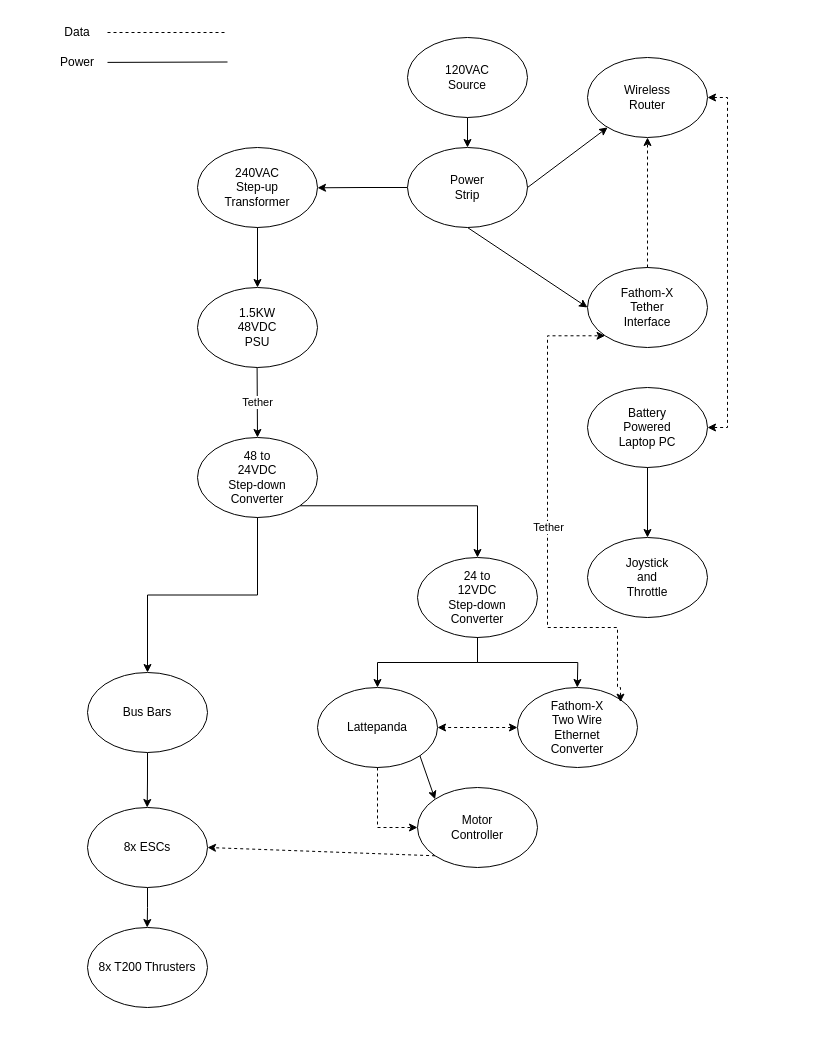
The draw.io diagram Untitled Diagram.drawio in markt006/MATEROVSIDS, before the edit. Source tidied: cells renumbered, new cells numbered last; positions are measured from the earlier drawing's top-left corner, leaving out a move shared by most shapes. Both pictures are drawn from the tidied source at 100%, with x=0, y=0 at pixel (47, 17).
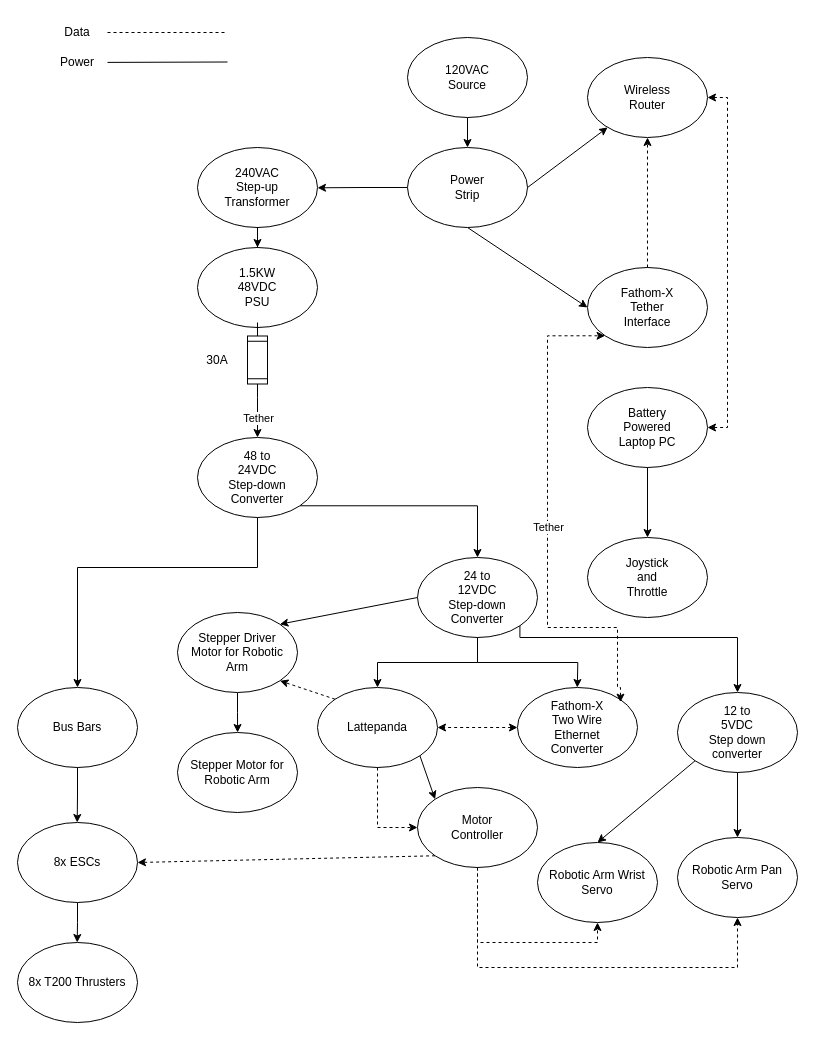
After the change.

The change refers to these unchanged cells:
```xml
<mxCell id="45" style="ellipse;whiteSpace=wrap;html=1;" parent="43" vertex="1">
  <mxGeometry width="120" height="80" as="geometry" />
</mxCell>
<mxCell id="49" style="ellipse;whiteSpace=wrap;html=1;" parent="48" vertex="1">
  <mxGeometry width="120" height="80" as="geometry" />
</mxCell>
<mxCell id="55" style="ellipse;whiteSpace=wrap;html=1;" parent="54" vertex="1">
  <mxGeometry width="120" height="80" as="geometry" />
</mxCell>
<mxCell id="60" style="ellipse;whiteSpace=wrap;html=1;" parent="59" vertex="1">
  <mxGeometry width="120" height="80" as="geometry" />
</mxCell>
<mxCell id="75" value="8x ESCs" style="text;html=1;align=center;verticalAlign=middle;whiteSpace=wrap;rounded=0;" parent="72" vertex="1" collapsed="1">
  <mxGeometry x="10" y="25" width="100" height="30" as="geometry" />
</mxCell>
```

What changed in the source:
```diff
@@
     <mxCell id="36" style="group;" parent="1" vertex="1">
-      <mxGeometry x="150" y="270" width="120" height="80" as="geometry" />
+      <mxGeometry x="150" y="230" width="120" height="80" as="geometry" />
     </mxCell>
@@
     <mxCell id="40" style="endArrow=classic;html=1;rounded=0;" parent="1" edge="1">
       <mxGeometry relative="1" as="geometry">
-        <mxPoint x="209.6" y="350" as="sourcePoint" />
+        <mxPoint x="210" y="380" as="sourcePoint" />
         <mxPoint x="210" y="420" as="targetPoint" />
       </mxGeometry>
     </mxCell>
@@
     <mxCell id="43" style="group;" parent="1" vertex="1">
-      <mxGeometry x="150" y="420" width="440" height="550" as="geometry" />
+      <mxGeometry x="150" y="420" width="460" height="550" as="geometry" />
     </mxCell>
@@
     <mxCell id="47" style="group;" parent="43" vertex="1">
-      <mxGeometry x="120" y="120" width="320" height="310" as="geometry" />
+      <mxGeometry x="120" y="120" width="340" height="365" as="geometry" />
     </mxCell>
@@
+    <mxCell id="80" style="group;" parent="47" vertex="1">
+      <mxGeometry x="220" y="285" width="120" height="80" as="geometry" />
+    </mxCell>
+    <mxCell id="81" style="ellipse;whiteSpace=wrap;html=1;" parent="80" vertex="1">
+      <mxGeometry width="120" height="80" as="geometry" />
+    </mxCell>
+    <mxCell id="82" value="Robotic Arm Wrist Servo" style="text;html=1;align=center;verticalAlign=middle;whiteSpace=wrap;rounded=0;" parent="80" vertex="1" collapsed="1">
+      <mxGeometry x="10" y="25" width="100" height="30" as="geometry" />
+    </mxCell>
+    <mxCell id="83" style="edgeStyle=orthogonalEdgeStyle;rounded=0;jettySize=auto;html=1;exitX=0.5;exitY=1;exitDx=0;exitDy=0;entryX=0.5;entryY=1;entryDx=0;entryDy=0;dashed=1;" parent="47" edge="1" source="60" target="81">
+      <mxGeometry relative="1" as="geometry" />
+    </mxCell>
+    <mxCell id="84" style="group;" parent="43" vertex="1">
+      <mxGeometry x="-20" y="175" width="120" height="80" as="geometry" />
+    </mxCell>
+    <mxCell id="85" style="edgeStyle=orthogonalEdgeStyle;rounded=0;jettySize=auto;html=1;exitX=0.5;exitY=1;exitDx=0;exitDy=0;" parent="84" edge="1" source="86">
+      <mxGeometry relative="1" as="geometry">
+        <mxPoint x="60.1" y="120" as="targetPoint" />
+      </mxGeometry>
+    </mxCell>
+    <mxCell id="86" style="ellipse;whiteSpace=wrap;html=1;" parent="84" vertex="1">
+      <mxGeometry width="120" height="80" as="geometry" />
+    </mxCell>
+    <mxCell id="87" value="Stepper Driver Motor for Robotic Arm" style="text;html=1;align=center;verticalAlign=middle;whiteSpace=wrap;rounded=0;" parent="84" vertex="1" collapsed="1">
+      <mxGeometry x="10" y="25" width="100" height="30" as="geometry" />
+    </mxCell>
+    <mxCell id="88" style="group;" parent="43" vertex="1">
+      <mxGeometry x="-20" y="295" width="120" height="80" as="geometry" />
+    </mxCell>
+    <mxCell id="89" style="ellipse;whiteSpace=wrap;html=1;" parent="88" vertex="1">
+      <mxGeometry width="120" height="80" as="geometry" />
+    </mxCell>
+    <mxCell id="90" value="Stepper Motor for Robotic Arm" style="text;html=1;align=center;verticalAlign=middle;whiteSpace=wrap;rounded=0;" parent="88" vertex="1" collapsed="1">
+      <mxGeometry x="10" y="25" width="100" height="30" as="geometry" />
+    </mxCell>
+    <mxCell id="91" style="rounded=0;jettySize=auto;html=1;exitX=0;exitY=0.5;exitDx=0;exitDy=0;entryX=1;entryY=0;entryDx=0;entryDy=0;" parent="43" edge="1" source="49" target="86">
+      <mxGeometry relative="1" as="geometry" />
+    </mxCell>
+    <mxCell id="92" style="rounded=0;jettySize=auto;html=1;exitX=0;exitY=0;exitDx=0;exitDy=0;entryX=1;entryY=1;entryDx=0;entryDy=0;dashed=1;" parent="43" edge="1" source="55" target="86">
+      <mxGeometry relative="1" as="geometry" />
+    </mxCell>
@@
+    <mxCell id="71" style="edgeStyle=orthogonalEdgeStyle;rounded=0;jettySize=auto;html=1;exitX=0.5;exitY=1;exitDx=0;exitDy=0;entryX=0.5;entryY=0;entryDx=0;entryDy=0;" parent="1" edge="1" source="45" target="69">
+      <mxGeometry relative="1" as="geometry">
+        <Array as="points">
+          <mxPoint x="210" y="550" />
+          <mxPoint x="30" y="550" />
+        </Array>
+      </mxGeometry>
+    </mxCell>
+    <mxCell id="79" style="rounded=0;jettySize=auto;html=1;exitX=0;exitY=1;exitDx=0;exitDy=0;entryX=1.1;entryY=0.5;entryDx=0;entryDy=0;entryPerimeter=0;dashed=1;" parent="1" edge="1" source="60" target="75">
+      <mxGeometry relative="1" as="geometry" />
+    </mxCell>
+    <mxCell id="93" style="group;" parent="1" vertex="1">
+      <mxGeometry x="-30" y="670" width="120" height="335" as="geometry" />
+    </mxCell>
-    <mxCell id="67" style="group;" parent="1" vertex="1">
-      <mxGeometry x="40" y="655" width="120" height="80" as="geometry" />
+    <mxCell id="67" style="group;" parent="93" vertex="1">
+      <mxGeometry width="120" height="335" as="geometry" />
     </mxCell>
+    <mxCell id="69" style="ellipse;whiteSpace=wrap;html=1;" parent="67" vertex="1">
+      <mxGeometry width="120" height="80" as="geometry" />
+    </mxCell>
@@
-    <mxCell id="69" style="ellipse;whiteSpace=wrap;html=1;" parent="67" vertex="1">
-      <mxGeometry width="120" height="80" as="geometry" />
-    </mxCell>
@@
-    <mxCell id="71" style="edgeStyle=orthogonalEdgeStyle;rounded=0;jettySize=auto;html=1;exitX=0.5;exitY=1;exitDx=0;exitDy=0;entryX=0.5;entryY=0;entryDx=0;entryDy=0;" parent="1" edge="1" source="45" target="69">
-      <mxGeometry relative="1" as="geometry" />
-    </mxCell>
-    <mxCell id="72" style="group;" parent="1" vertex="1">
-      <mxGeometry x="40" y="790" width="120" height="80" as="geometry" />
+    <mxCell id="72" style="group;" parent="67" vertex="1">
+      <mxGeometry y="135" width="120" height="80" as="geometry" />
     </mxCell>
@@
-    <mxCell id="76" style="group;" parent="1" vertex="1">
-      <mxGeometry x="40" y="910" width="120" height="80" as="geometry" />
+    <mxCell id="76" style="group;" parent="67" vertex="1">
+      <mxGeometry y="255" width="120" height="80" as="geometry" />
     </mxCell>
@@
-    <mxCell id="79" style="rounded=0;jettySize=auto;html=1;exitX=0;exitY=1;exitDx=0;exitDy=0;entryX=1.1;entryY=0.5;entryDx=0;entryDy=0;entryPerimeter=0;dashed=1;" parent="1" edge="1" source="60" target="75">
-      <mxGeometry relative="1" as="geometry" />
-    </mxCell>
+    <mxCell id="94" style="group;" parent="1" vertex="1">
+      <mxGeometry x="630" y="675" width="120" height="80" as="geometry" />
+    </mxCell>
+    <mxCell id="95" style="ellipse;whiteSpace=wrap;html=1;" parent="94" vertex="1">
+      <mxGeometry width="120" height="80" as="geometry" />
+    </mxCell>
+    <mxCell id="96" value="12 to 5VDC Step down converter" style="text;html=1;align=center;verticalAlign=middle;whiteSpace=wrap;rounded=0;" parent="94" vertex="1" collapsed="1">
+      <mxGeometry x="30" y="25" width="60" height="30" as="geometry" />
+    </mxCell>
+    <mxCell id="97" style="edgeStyle=orthogonalEdgeStyle;rounded=0;jettySize=auto;html=1;exitX=1;exitY=1;exitDx=0;exitDy=0;entryX=0.5;entryY=0;entryDx=0;entryDy=0;" parent="1" edge="1" source="49" target="95">
+      <mxGeometry relative="1" as="geometry">
+        <Array as="points">
+          <mxPoint x="473" y="620" />
+          <mxPoint x="690" y="620" />
+        </Array>
+      </mxGeometry>
+    </mxCell>
+    <mxCell id="98" style="group;" parent="1" vertex="1">
+      <mxGeometry x="630" y="820" width="120" height="80" as="geometry" />
+    </mxCell>
+    <mxCell id="99" style="ellipse;whiteSpace=wrap;html=1;" parent="98" vertex="1">
+      <mxGeometry width="120" height="80" as="geometry" />
+    </mxCell>
+    <mxCell id="100" value="Robotic Arm Pan Servo" style="text;html=1;align=center;verticalAlign=middle;whiteSpace=wrap;rounded=0;" parent="98" vertex="1" collapsed="1">
+      <mxGeometry x="10" y="25" width="100" height="30" as="geometry" />
+    </mxCell>
+    <mxCell id="101" style="rounded=0;jettySize=auto;html=1;exitX=0;exitY=1;exitDx=0;exitDy=0;entryX=0.5;entryY=0;entryDx=0;entryDy=0;" parent="1" edge="1" source="95" target="81">
+      <mxGeometry relative="1" as="geometry" />
+    </mxCell>
+    <mxCell id="102" style="edgeStyle=orthogonalEdgeStyle;rounded=0;jettySize=auto;html=1;exitX=0.5;exitY=1;exitDx=0;exitDy=0;entryX=0.5;entryY=0;entryDx=0;entryDy=0;" parent="1" edge="1" source="95" target="99">
+      <mxGeometry relative="1" as="geometry" />
+    </mxCell>
+    <mxCell id="103" style="edgeStyle=orthogonalEdgeStyle;rounded=0;jettySize=auto;html=1;exitX=0.5;exitY=1;exitDx=0;exitDy=0;entryX=0.5;entryY=1;entryDx=0;entryDy=0;dashed=1;" parent="1" edge="1" source="60" target="99">
+      <mxGeometry relative="1" as="geometry">
+        <Array as="points">
+          <mxPoint x="430" y="950" />
+          <mxPoint x="690" y="950" />
+        </Array>
+      </mxGeometry>
+    </mxCell>
+    <mxCell id="104" style="verticalLabelPosition=bottom;shadow=0;dashed=0;align=center;html=1;verticalAlign=top;shape=mxgraph.electrical.miscellaneous.fuse_1;rotation=-90;" parent="1" vertex="1">
+      <mxGeometry x="172.5" y="332.5" width="75" height="20" as="geometry" />
+    </mxCell>
+    <mxCell id="105" value="30A" style="text;html=1;align=center;verticalAlign=middle;whiteSpace=wrap;rounded=0;" parent="1" vertex="1" collapsed="1">
+      <mxGeometry x="140" y="328" width="60" height="30" as="geometry" />
+    </mxCell>
```
